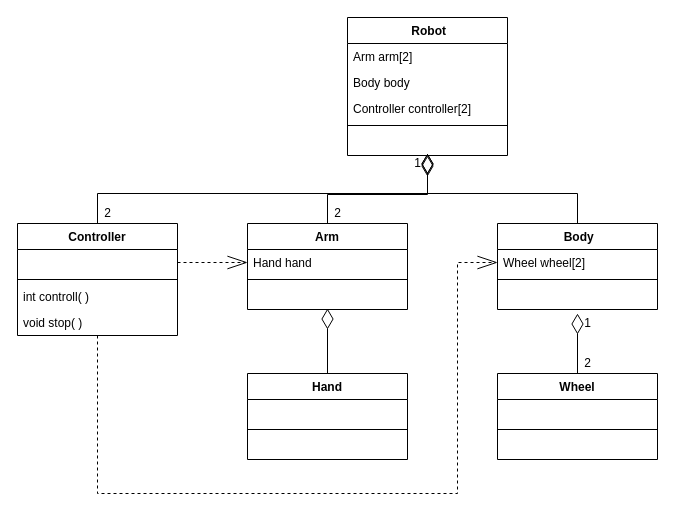
The draw.io diagram 객체 설계 문제-10주차.drawio in skatld123/NSH, before the edit. Source tidied: cells renumbered, new cells numbered last; positions are measured from the earlier drawing's top-left corner, leaving out a move shared by most shapes. Both pictures are drawn from the tidied source at 100%, with x=0, y=0 at pixel (17, 17).
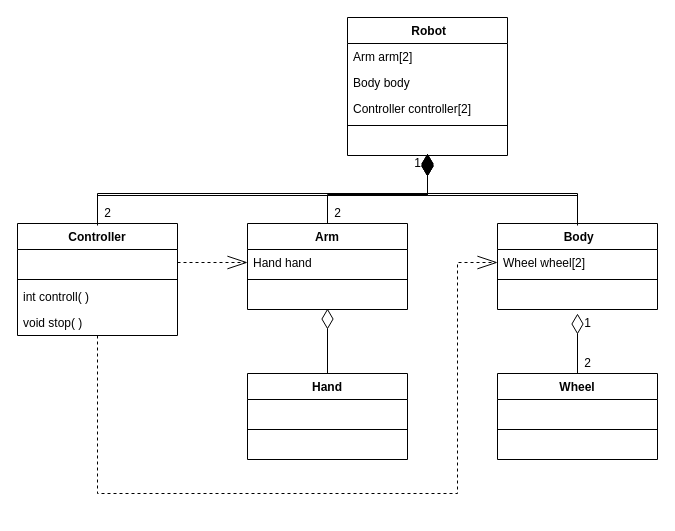
The same page after the edit.

Commit message:
객체 설계 문제-10주차.drawio 업데이트

Unchanged cells that the change refers to:
```xml
<mxCell id="30" value="Controller" style="swimlane;fontStyle=1;align=center;verticalAlign=top;horizontal=1;startSize=26;" parent="1" vertex="1">
  <mxGeometry y="206" width="160" height="112" as="geometry" />
</mxCell>
```

The edit, as a diff of the source:
```diff
@@
-    <mxCell id="28" style="edgeStyle=orthogonalEdgeStyle;rounded=0;jettySize=auto;html=1;endArrow=diamondThin;endFill=0;endSize=18;" parent="1" edge="1" source="30">
+    <mxCell id="28" style="edgeStyle=orthogonalEdgeStyle;rounded=0;jettySize=auto;html=1;endArrow=diamondThin;endFill=1;endSize=18;" parent="1" edge="1" source="30">
       <mxGeometry relative="1" as="geometry">
         <mxPoint x="410" y="136" as="targetPoint" />
         <Array as="points">
           <mxPoint x="80" y="176" />
           <mxPoint x="410" y="176" />
         </Array>
       </mxGeometry>
     </mxCell>
@@
+    <mxCell id="41" style="edgeStyle=orthogonalEdgeStyle;rounded=0;orthogonalLoop=1;jettySize=auto;html=1;endArrow=diamondThin;endFill=1;endSize=18;" parent="1" edge="1">
+      <mxGeometry relative="1" as="geometry">
+        <mxPoint x="560" y="208" as="sourcePoint" />
+        <mxPoint x="410" y="138" as="targetPoint" />
+        <Array as="points">
+          <mxPoint x="560" y="178" />
+          <mxPoint x="410" y="178" />
+        </Array>
+      </mxGeometry>
+    </mxCell>
+    <mxCell id="42" style="edgeStyle=orthogonalEdgeStyle;rounded=0;orthogonalLoop=1;jettySize=auto;html=1;endArrow=diamondThin;endFill=0;endSize=18;" parent="1" edge="1">
+      <mxGeometry relative="1" as="geometry">
+        <mxPoint x="80" y="208" as="sourcePoint" />
+        <mxPoint x="410" y="138" as="targetPoint" />
+        <Array as="points">
+          <mxPoint x="80" y="178" />
+          <mxPoint x="410" y="178" />
+        </Array>
+      </mxGeometry>
+    </mxCell>
```
